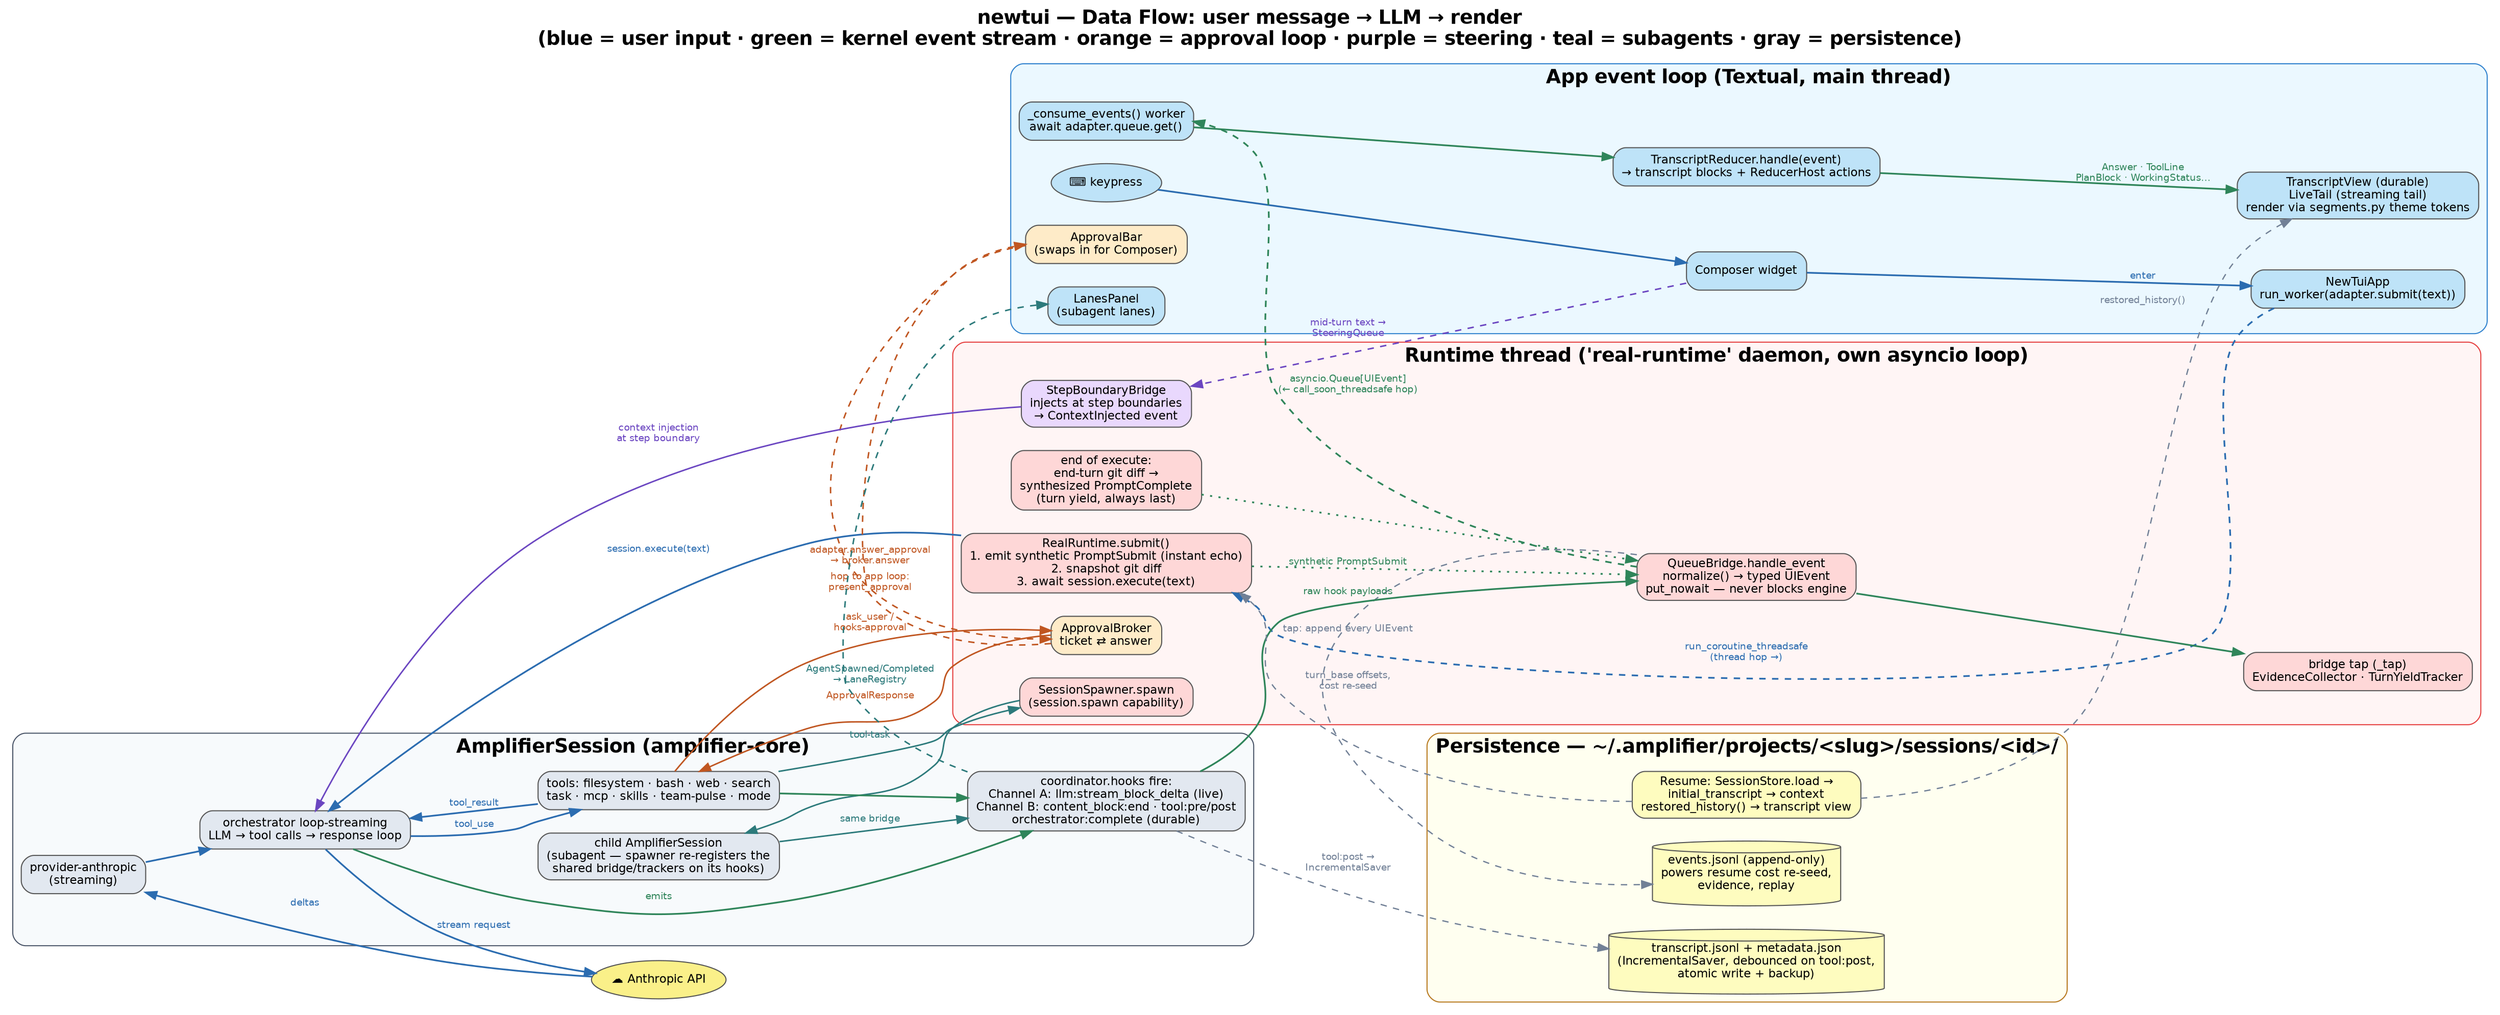
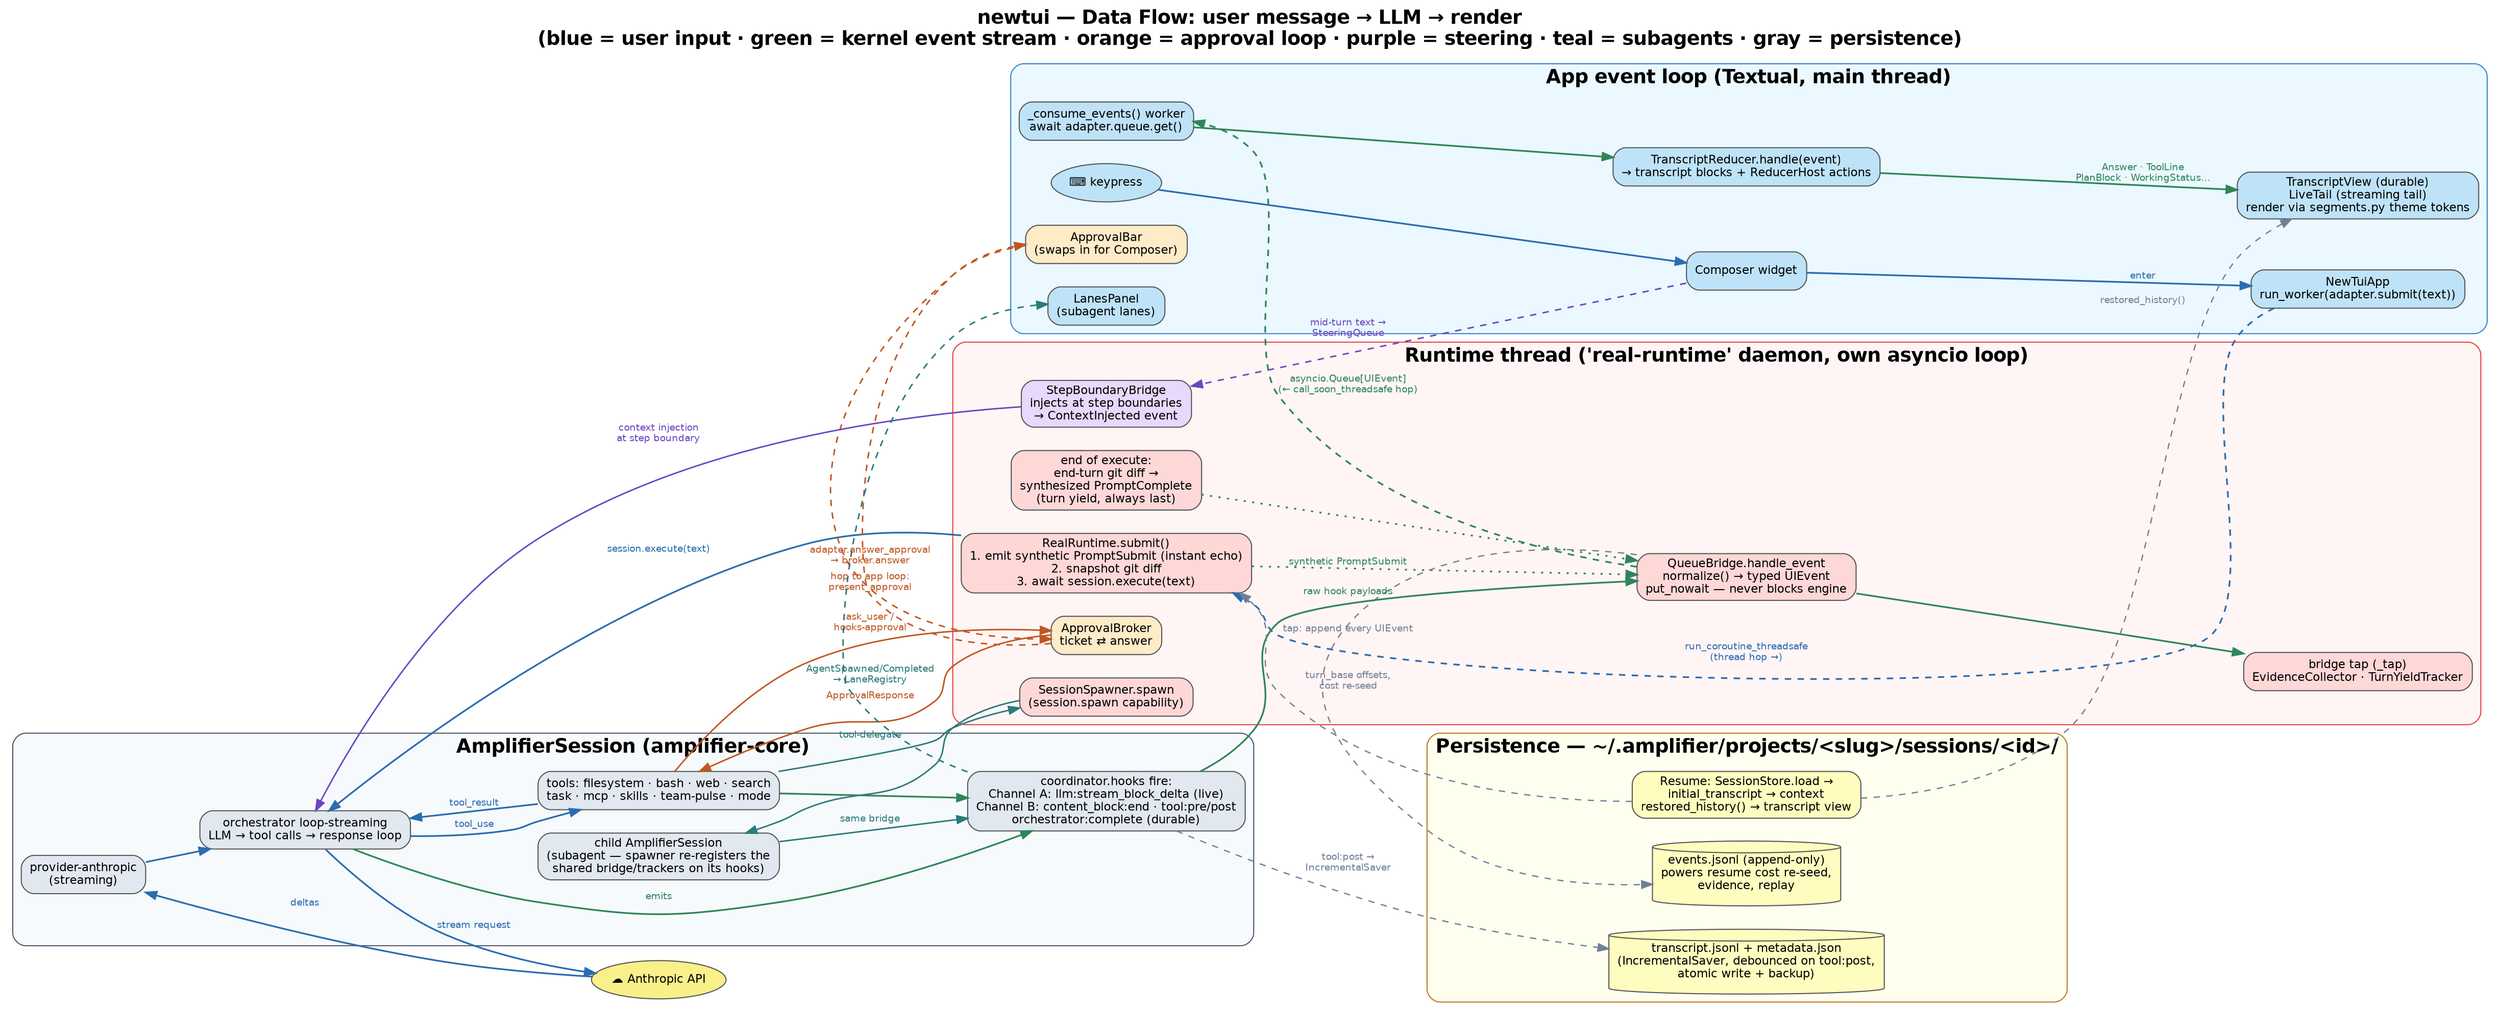
digraph newtui_dataflow {
    label="newtui — Data Flow: user message → LLM → render\n(blue = user input · green = kernel event stream · orange = approval loop · purple = steering · teal = subagents · gray = persistence)";
    labelloc="t";
    fontname="Helvetica-Bold";
    fontsize=18;
    rankdir=LR;
    compound=true;
    splines=true;
    nodesep=0.3;
    ranksep=0.7;
    node [fontname="Helvetica", fontsize=11, shape=box, style="rounded,filled", fillcolor="#FFFFFF", color="#555555"];
    edge [fontname="Helvetica", fontsize=9, color="#666666"];

    // ── App loop (Textual / main thread) ────────────────────────
    subgraph cluster_apploop {
        label="App event loop (Textual, main thread)";
        style="rounded,filled"; fillcolor="#EBF8FF"; color="#3182CE"; fontname="Helvetica-Bold";
        keypress [label="⌨ keypress", shape=ellipse, fillcolor="#BEE3F8"];
        composer [label="Composer widget", fillcolor="#BEE3F8"];
        submit [label="NewTuiApp\nrun_worker(adapter.submit(text))", fillcolor="#BEE3F8"];
        consume [label="_consume_events() worker\nawait adapter.queue.get()", fillcolor="#BEE3F8"];
        reducer [label="TranscriptReducer.handle(event)\n→ transcript blocks + ReducerHost actions", fillcolor="#BEE3F8"];
        render [label="TranscriptView (durable)\nLiveTail (streaming tail)\nrender via segments.py theme tokens", fillcolor="#BEE3F8"];
        approvalbar [label="ApprovalBar\n(swaps in for Composer)", fillcolor="#FEEBC8"];
        lanes [label="LanesPanel\n(subagent lanes)", fillcolor="#BEE3F8"];
    }

    // ── Runtime thread ──────────────────────────────────────────
    subgraph cluster_runtime {
        label="Runtime thread ('real-runtime' daemon, own asyncio loop)";
        style="rounded,filled"; fillcolor="#FFF5F5"; color="#E53E3E"; fontname="Helvetica-Bold";
        rsubmit [label="RealRuntime.submit()\n1. emit synthetic PromptSubmit (instant echo)\n2. snapshot git diff\n3. await session.execute(text)", fillcolor="#FED7D7"];
        bridge [label="QueueBridge.handle_event\nnormalize() → typed UIEvent\nput_nowait — never blocks engine", fillcolor="#FED7D7"];
        tap [label="bridge tap (_tap)\nEvidenceCollector · TurnYieldTracker", fillcolor="#FED7D7"];
        broker [label="ApprovalBroker\nticket ⇄ answer", fillcolor="#FEEBC8"];
        steerbridge [label="StepBoundaryBridge\ninjects at step boundaries\n→ ContextInjected event", fillcolor="#E9D8FD"];
        complete [label="end of execute:\nend-turn git diff →\nsynthesized PromptComplete\n(turn yield, always last)", fillcolor="#FED7D7"];
        spawner [label="SessionSpawner.spawn\n(session.spawn capability)", fillcolor="#FED7D7"];
    }

    // ── Amplifier kernel ────────────────────────────────────────
    subgraph cluster_kernel {
        label="AmplifierSession (amplifier-core)";
        style="rounded,filled"; fillcolor="#F7FAFC"; color="#4A5568"; fontname="Helvetica-Bold";
        orch [label="orchestrator loop-streaming\nLLM → tool calls → response loop", fillcolor="#E2E8F0"];
        provider [label="provider-anthropic\n(streaming)", fillcolor="#E2E8F0"];
        toolexec [label="tools: filesystem · bash · web · search\ntask · mcp · skills · team-pulse · mode", fillcolor="#E2E8F0"];
        hooks [label="coordinator.hooks fire:\nChannel A: llm:stream_block_delta (live)\nChannel B: content_block:end · tool:pre/post\norchestrator:complete (durable)", fillcolor="#E2E8F0"];
        childsession [label="child AmplifierSession\n(subagent — spawner re-registers the\nshared bridge/trackers on its hooks)", fillcolor="#E2E8F0"];
    }

    llm [label="☁ Anthropic API", shape=ellipse, fillcolor="#FAF089"];

    // ── Persistence ─────────────────────────────────────────────
    subgraph cluster_disk {
        label="Persistence — ~/.amplifier/projects/<slug>/sessions/<id>/";
        style="rounded,filled"; fillcolor="#FFFFF0"; color="#B7791F"; fontname="Helvetica-Bold";
        transcript [label="transcript.jsonl + metadata.json\n(IncrementalSaver, debounced on tool:post,\natomic write + backup)", shape=cylinder, fillcolor="#FEFCBF"];
        eventsfile [label="events.jsonl (append-only)\npowers resume cost re-seed,\nevidence, replay", shape=cylinder, fillcolor="#FEFCBF"];
        resume [label="Resume: SessionStore.load →\ninitial_transcript → context\nrestored_history() → transcript view", fillcolor="#FEFCBF"];
    }

    // ═══ USER INPUT PATH (blue) ═════════════════════════════════
    edge [color="#2B6CB0", fontcolor="#2B6CB0", penwidth=1.6];
    keypress -> composer;
    composer -> submit [label="enter"];
    submit -> rsubmit [label="run_coroutine_threadsafe\n(thread hop →)", style=dashed];
    rsubmit -> orch [label="session.execute(text)"];
    orch -> llm [label="stream request"];
    llm -> provider [label="deltas"];
    provider -> orch;
    orch -> toolexec [label="tool_use"];
    toolexec -> orch [label="tool_result"];

    // ═══ EVENT STREAM (green) ═══════════════════════════════════
    edge [color="#2F855A", fontcolor="#2F855A", penwidth=1.6, style=solid];
    orch -> hooks [label="emits"];
    toolexec -> hooks;
    hooks -> bridge [label="raw hook payloads"];
    bridge -> tap;
    complete -> bridge [style=dotted];
    bridge -> consume [label="asyncio.Queue[UIEvent]\n(← call_soon_threadsafe hop)", style=dashed];
    consume -> reducer;
    reducer -> render [label="Answer · ToolLine\nPlanBlock · WorkingStatus…"];
    rsubmit -> bridge [label="synthetic PromptSubmit", style=dotted];

    // ═══ APPROVAL LOOP (orange) ═════════════════════════════════
    edge [color="#C05621", fontcolor="#C05621", penwidth=1.4, style=solid];
    toolexec -> broker [label="ask_user /\nhooks-approval"];
    broker -> approvalbar [label="hop to app loop:\npresent_approval", style=dashed];
    approvalbar -> broker [label="adapter.answer_approval\n→ broker.answer", style=dashed];
    broker -> toolexec [label="ApprovalResponse"];

    // ═══ STEERING (purple) ══════════════════════════════════════
    edge [color="#6B46C1", fontcolor="#6B46C1", penwidth=1.4];
    composer -> steerbridge [label="mid-turn text →\nSteeringQueue", style=dashed];
    steerbridge -> orch [label="context injection\nat step boundary"];

    // ═══ SUBAGENTS (teal) ═══════════════════════════════════════
    edge [color="#2C7A7B", fontcolor="#2C7A7B", penwidth=1.4, style=solid];
-     toolexec -> spawner [label="tool-task"];
+     toolexec -> spawner [label="tool-delegate"];
    spawner -> childsession;
    childsession -> hooks [label="same bridge"];
    hooks -> lanes [label="AgentSpawned/Completed\n→ LaneRegistry", style=dashed];

    // ═══ PERSISTENCE (gray) ═════════════════════════════════════
    edge [color="#718096", fontcolor="#718096", penwidth=1.2, style=dashed];
    bridge -> eventsfile [label="tap: append every UIEvent"];
    hooks -> transcript [label="tool:post →\nIncrementalSaver"];
    resume -> rsubmit [label="turn_base offsets,\ncost re-seed"];
    resume -> render [label="restored_history()"];
}
